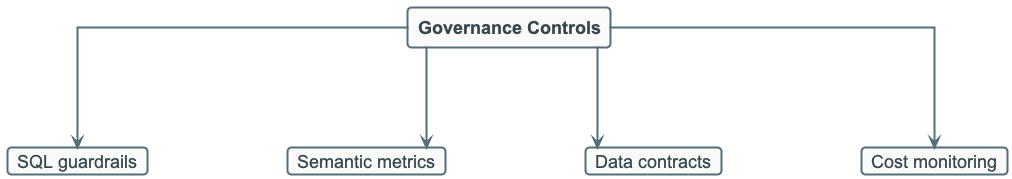
Earlier version of the PlantUML export diagrams/week05/week5_governance_controls_hierarchy.png (OrPerets/data-engineering-course).
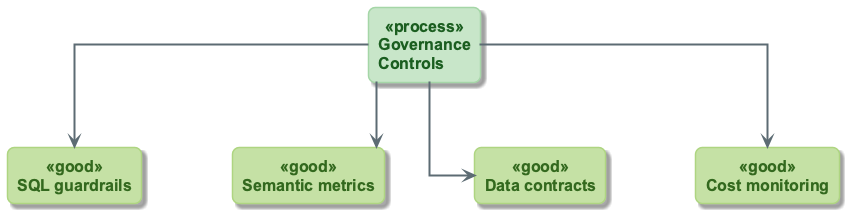
Above is the later version.

What changed in the source:
```diff
@@ -1,17 +1,20 @@
 @startuml
 !include ../_template_styles.puml
+!include _week5_visual_style.puml
 
 top to bottom direction
+skinparam nodesep 90
+skinparam ranksep 65
 
-rectangle "Governance Controls" as G
-card "SQL guardrails" as A
-card "Semantic metrics" as B
-card "Data contracts" as C
-card "Cost monitoring" as D
+rectangle "Governance\nControls" as G <<process>>
+rectangle "SQL guardrails" as A <<good>>
+rectangle "Semantic metrics" as B <<good>>
+rectangle "Data contracts" as C <<good>>
+rectangle "Cost monitoring" as D <<good>>
 
-G --> A
-G --> B
-G --> C
-G --> D
+G -down-> A
+G -down-> B
+G -down-> C
+G -down-> D
 
 @enduml
```
